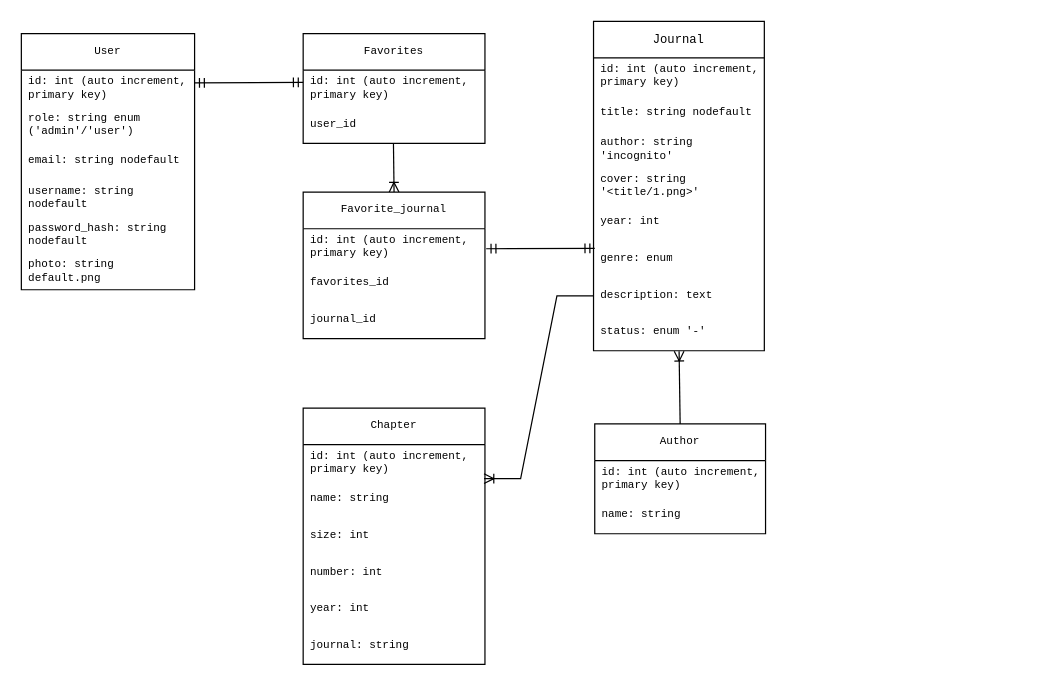
Above: server/journal_db_diagram.drawio in 7kex7/journal-reader-v2 (draw.io), before the change. Source tidied: cells renumbered, new cells numbered last; positions are measured from the earlier drawing's top-left corner, leaving out a move shared by most shapes. Both pictures are drawn from the tidied source at 122%, with x=0, y=0 at pixel (21, 21).
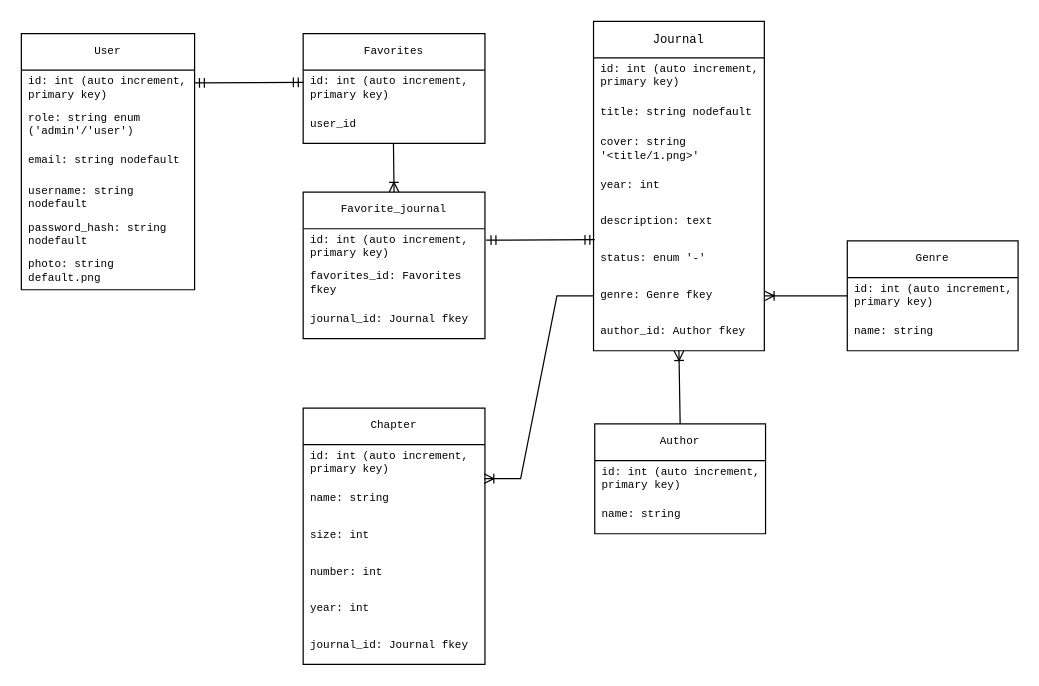
After the change.

Unchanged cells that the change refers to:
```xml
<mxCell id="12" value="&lt;div style=&quot;font-size: 10px;&quot;&gt;Journal&lt;/div&gt;" style="swimlane;fontStyle=0;horizontal=1;startSize=30;whiteSpace=wrap;html=1;fontSize=10;fontFamily=Courier New;" parent="1" vertex="1">
  <mxGeometry x="469" width="140" height="270" as="geometry" />
</mxCell>
<mxCell id="21" value="Chapter" style="swimlane;fontStyle=0;horizontal=1;startSize=30;whiteSpace=wrap;html=1;fontSize=9;fontFamily=Courier New;" parent="1" vertex="1">
  <mxGeometry x="231" y="317" width="149" height="210" as="geometry" />
</mxCell>
<mxCell id="23" value="name: string" style="text;strokeColor=none;fillColor=none;align=left;verticalAlign=middle;spacingLeft=4;spacingRight=4;overflow=hidden;points=[[0,0.5],[1,0.5]];portConstraint=eastwest;whiteSpace=wrap;html=1;fontSize=9;fontFamily=Courier New;" parent="21" vertex="1">
  <mxGeometry y="60" width="149" height="30" as="geometry" />
</mxCell>
<mxCell id="28" value="Author" style="swimlane;fontStyle=0;horizontal=1;startSize=30;whiteSpace=wrap;html=1;fontSize=9;fontFamily=Courier New;" parent="1" vertex="1">
  <mxGeometry x="470" y="330" width="140" height="90" as="geometry" />
</mxCell>
<mxCell id="33" value="Favorite_journal" style="swimlane;fontStyle=0;horizontal=1;startSize=30;whiteSpace=wrap;html=1;fontSize=9;fontFamily=Courier New;" parent="1" vertex="1">
  <mxGeometry x="231" y="140" width="149" height="120" as="geometry" />
</mxCell>
```

Change to the diagram source:
```diff
@@
-    <mxCell id="15" value="&lt;div style=&quot;font-size: 9px;&quot;&gt;author: string&amp;nbsp;&lt;/div&gt;&lt;div style=&quot;font-size: 9px;&quot;&gt;'incognito&lt;span style=&quot;background-color: initial;&quot;&gt;'&lt;/span&gt;&lt;/div&gt;" style="text;strokeColor=none;fillColor=none;align=left;verticalAlign=middle;spacingLeft=4;spacingRight=4;overflow=hidden;whiteSpace=wrap;html=1;fontSize=9;fontFamily=Courier New;" parent="12" vertex="1">
-      <mxGeometry y="90" width="140" height="30" as="geometry" />
-    </mxCell>
     <mxCell id="16" value="cover: string '&amp;lt;title/1.png&amp;gt;'" style="text;strokeColor=none;fillColor=none;align=left;verticalAlign=middle;spacingLeft=4;spacingRight=4;overflow=hidden;whiteSpace=wrap;html=1;fontSize=9;fontFamily=Courier New;" parent="12" vertex="1">
-      <mxGeometry y="120" width="140" height="30" as="geometry" />
+      <mxGeometry y="90" width="140" height="30" as="geometry" />
     </mxCell>
     <mxCell id="17" value="year: int" style="text;strokeColor=none;fillColor=none;align=left;verticalAlign=middle;spacingLeft=4;spacingRight=4;overflow=hidden;whiteSpace=wrap;html=1;fontSize=9;fontFamily=Courier New;" parent="12" vertex="1">
-      <mxGeometry y="150" width="140" height="30" as="geometry" />
+      <mxGeometry y="120" width="140" height="30" as="geometry" />
     </mxCell>
-    <mxCell id="18" value="genre: enum" style="text;strokeColor=none;fillColor=none;align=left;verticalAlign=middle;spacingLeft=4;spacingRight=4;overflow=hidden;points=[[0,0.5],[1,0.5]];portConstraint=eastwest;whiteSpace=wrap;html=1;fontSize=9;fontFamily=Courier New;" parent="12" vertex="1">
-      <mxGeometry y="180" width="140" height="30" as="geometry" />
-    </mxCell>
     <mxCell id="19" value="description: text" style="text;strokeColor=none;fillColor=none;align=left;verticalAlign=middle;spacingLeft=4;spacingRight=4;overflow=hidden;points=[[0,0.5],[1,0.5]];portConstraint=eastwest;whiteSpace=wrap;html=1;fontSize=9;fontFamily=Courier New;" parent="12" vertex="1">
-      <mxGeometry y="210" width="140" height="30" as="geometry" />
+      <mxGeometry y="150" width="140" height="30" as="geometry" />
     </mxCell>
     <mxCell id="20" value="status: enum '-'" style="text;strokeColor=none;fillColor=none;align=left;verticalAlign=middle;spacingLeft=4;spacingRight=4;overflow=hidden;points=[[0,0.5],[1,0.5]];portConstraint=eastwest;whiteSpace=wrap;html=1;fontSize=9;fontFamily=Courier New;" parent="12" vertex="1">
-      <mxGeometry y="240" width="140" height="30" as="geometry" />
+      <mxGeometry y="180" width="140" height="30" as="geometry" />
     </mxCell>
+    <mxCell id="18" value="genre: Genre fkey" style="text;strokeColor=none;fillColor=none;align=left;verticalAlign=middle;spacingLeft=4;spacingRight=4;overflow=hidden;points=[[0,0.5],[1,0.5]];portConstraint=eastwest;whiteSpace=wrap;html=1;fontSize=9;fontFamily=Courier New;" parent="12" vertex="1">
+      <mxGeometry y="210" width="140" height="30" as="geometry" />
+    </mxCell>
+    <mxCell id="15" value="&lt;div style=&quot;font-size: 9px;&quot;&gt;author_id: Author fkey&lt;/div&gt;" style="text;strokeColor=none;fillColor=none;align=left;verticalAlign=middle;spacingLeft=4;spacingRight=4;overflow=hidden;whiteSpace=wrap;html=1;fontSize=9;fontFamily=Courier New;" parent="12" vertex="1">
+      <mxGeometry y="240" width="140" height="30" as="geometry" />
+    </mxCell>
@@
-    <mxCell id="27" value="&lt;div style=&quot;font-size: 9px;&quot;&gt;journal: string&lt;/div&gt;" style="text;strokeColor=none;fillColor=none;align=left;verticalAlign=middle;spacingLeft=4;spacingRight=4;overflow=hidden;whiteSpace=wrap;html=1;fontSize=9;fontFamily=Courier New;" parent="21" vertex="1">
+    <mxCell id="27" value="&lt;div style=&quot;font-size: 9px;&quot;&gt;journal_id: Journal fkey&lt;/div&gt;" style="text;strokeColor=none;fillColor=none;align=left;verticalAlign=middle;spacingLeft=4;spacingRight=4;overflow=hidden;whiteSpace=wrap;html=1;fontSize=9;fontFamily=Courier New;" parent="21" vertex="1">
       <mxGeometry y="180" width="149" height="30" as="geometry" />
     </mxCell>
@@
-    <mxCell id="31" style="edgeStyle=entityRelationEdgeStyle;fontSize=9;html=1;endArrow=ERoneToMany;rounded=0;exitX=0;exitY=0.5;exitDx=0;exitDy=0;entryX=0.995;entryY=-0.072;entryDx=0;entryDy=0;entryPerimeter=0;" parent="1" edge="1" source="19" target="23">
+    <mxCell id="31" style="edgeStyle=entityRelationEdgeStyle;fontSize=9;html=1;endArrow=ERoneToMany;rounded=0;entryX=0.995;entryY=-0.072;entryDx=0;entryDy=0;entryPerimeter=0;" parent="1" edge="1" source="18" target="23">
       <mxGeometry relative="1" as="geometry" />
     </mxCell>
@@
-    <mxCell id="35" value="favorites_id" style="text;strokeColor=none;fillColor=none;align=left;verticalAlign=middle;spacingLeft=4;spacingRight=4;overflow=hidden;whiteSpace=wrap;html=1;fontSize=9;fontFamily=Courier New;" parent="33" vertex="1">
+    <mxCell id="35" value="favorites_id: Favorites fkey" style="text;strokeColor=none;fillColor=none;align=left;verticalAlign=middle;spacingLeft=4;spacingRight=4;overflow=hidden;whiteSpace=wrap;html=1;fontSize=9;fontFamily=Courier New;" parent="33" vertex="1">
       <mxGeometry y="60" width="149" height="30" as="geometry" />
     </mxCell>
-    <mxCell id="36" value="journal_id" style="text;strokeColor=none;fillColor=none;align=left;verticalAlign=middle;spacingLeft=4;spacingRight=4;overflow=hidden;whiteSpace=wrap;html=1;fontSize=9;fontFamily=Courier New;" parent="33" vertex="1">
+    <mxCell id="36" value="journal_id: Journal fkey" style="text;strokeColor=none;fillColor=none;align=left;verticalAlign=middle;spacingLeft=4;spacingRight=4;overflow=hidden;whiteSpace=wrap;html=1;fontSize=9;fontFamily=Courier New;" parent="33" vertex="1">
       <mxGeometry y="90" width="149" height="30" as="geometry" />
     </mxCell>
@@
-    <mxCell id="38" style="fontSize=12;html=1;endArrow=ERoneToMany;entryX=0.501;entryY=1.013;entryDx=0;entryDy=0;entryPerimeter=0;exitX=0.5;exitY=0;exitDx=0;exitDy=0;" parent="1" edge="1" source="28" target="20">
-      <mxGeometry relative="1" as="geometry" />
+    <mxCell id="38" style="fontSize=12;html=1;endArrow=ERoneToMany;exitX=0.5;exitY=0;exitDx=0;exitDy=0;" parent="1" edge="1" source="28">
+      <mxGeometry relative="1" as="geometry">
+        <mxPoint x="539" y="270" as="targetPoint" />
+      </mxGeometry>
     </mxCell>
     <mxCell id="39" style="fontSize=9;html=1;endArrow=ERmandOne;startArrow=ERmandOne;rounded=0;" parent="1" edge="1">
       <mxGeometry relative="1" as="geometry">
-        <mxPoint x="381" y="186.4" as="sourcePoint" />
-        <mxPoint x="470" y="186" as="targetPoint" />
+        <mxPoint x="381" y="179.4" as="sourcePoint" />
+        <mxPoint x="470" y="179" as="targetPoint" />
       </mxGeometry>
     </mxCell>
+    <mxCell id="40" value="Genre" style="swimlane;fontStyle=0;horizontal=1;startSize=30;whiteSpace=wrap;html=1;fontSize=9;fontFamily=Courier New;" parent="1" vertex="1">
+      <mxGeometry x="677" y="180" width="140" height="90" as="geometry" />
+    </mxCell>
+    <mxCell id="41" value="&lt;div style=&quot;font-size: 9px;&quot;&gt;&lt;font style=&quot;font-size: 9px;&quot;&gt;id: int (auto increment, primary key)&lt;/font&gt;&lt;/div&gt;" style="text;strokeColor=none;fillColor=none;align=left;verticalAlign=middle;spacingLeft=4;spacingRight=4;overflow=hidden;points=[[0,0.5],[1,0.5]];portConstraint=eastwest;whiteSpace=wrap;html=1;fontSize=9;fontFamily=Courier New;" parent="40" vertex="1">
+      <mxGeometry y="30" width="140" height="30" as="geometry" />
+    </mxCell>
+    <mxCell id="42" value="name: string" style="text;strokeColor=none;fillColor=none;align=left;verticalAlign=middle;spacingLeft=4;spacingRight=4;overflow=hidden;whiteSpace=wrap;html=1;fontSize=9;fontFamily=Courier New;" parent="40" vertex="1">
+      <mxGeometry y="60" width="140" height="30" as="geometry" />
+    </mxCell>
+    <mxCell id="43" style="fontSize=12;html=1;endArrow=ERoneToMany;exitX=0;exitY=0.5;exitDx=0;exitDy=0;entryX=1;entryY=0.5;entryDx=0;entryDy=0;" parent="1" edge="1" source="41" target="18">
+      <mxGeometry relative="1" as="geometry" />
+    </mxCell>
```
